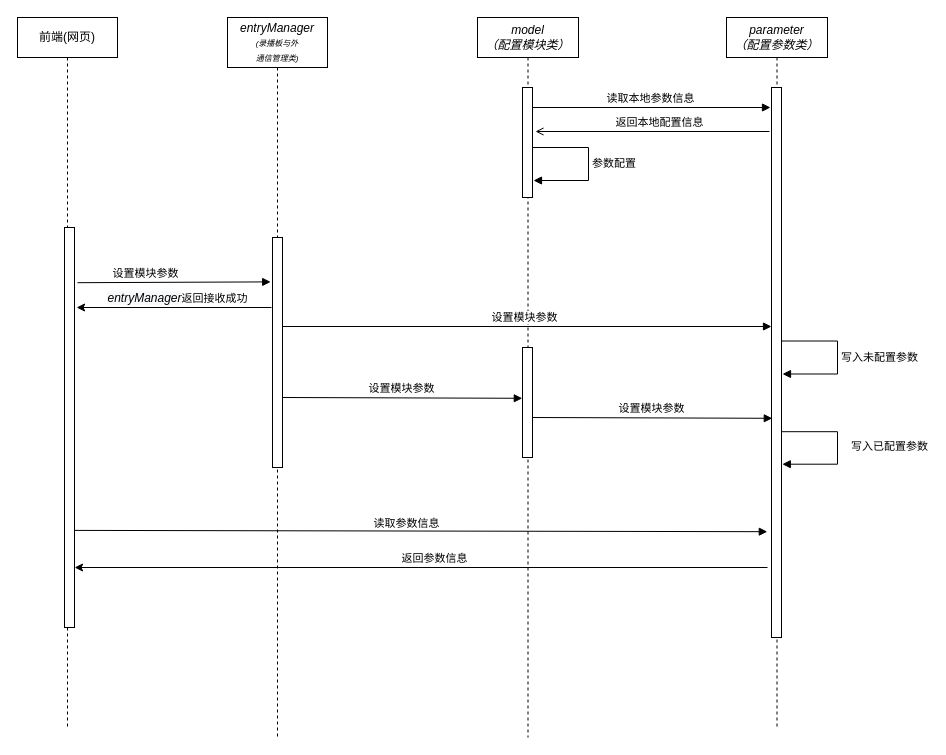
The draw.io diagram 录播get模块.drawio in huangPeiLc/drawio, before the edit. Source tidied: cells renumbered, new cells numbered last; positions are measured from the earlier drawing's top-left corner, leaving out a move shared by most shapes. Both pictures are drawn from the tidied source at 100%, with x=0, y=0 at pixel (17, 17).
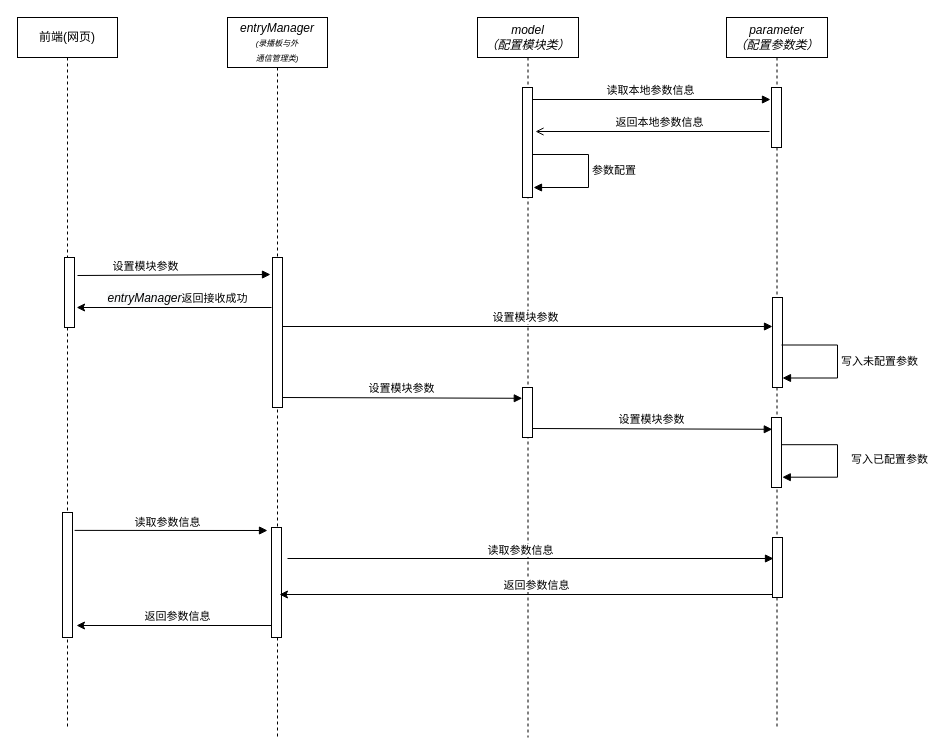
Above is the later version.

Unchanged cells that the change refers to:
```xml
<mxCell id="2" value="前端(网页)" style="shape=umlLifeline;perimeter=lifelinePerimeter;whiteSpace=wrap;html=1;" parent="1" vertex="1">
  <mxGeometry width="100" height="710" as="geometry" />
</mxCell>
<mxCell id="4" value="&lt;i style=&quot;white-space: nowrap&quot;&gt;entryManager&lt;br&gt;&lt;font style=&quot;font-size: 8px&quot;&gt;(录播板与外&lt;br&gt;通信管理类)&lt;/font&gt;&lt;/i&gt;" style="shape=umlLifeline;perimeter=lifelinePerimeter;whiteSpace=wrap;html=1;size=50;" parent="1" vertex="1">
  <mxGeometry x="210" width="100" height="720" as="geometry" />
</mxCell>
<mxCell id="6" value="&lt;i style=&quot;white-space: nowrap&quot;&gt;model&lt;br&gt;（配置模块类）&lt;br&gt;&lt;/i&gt;" style="shape=umlLifeline;perimeter=lifelinePerimeter;whiteSpace=wrap;html=1;" parent="1" vertex="1">
  <mxGeometry x="460" width="101" height="720" as="geometry" />
</mxCell>
<mxCell id="14" value="&lt;i&gt;&lt;span style=&quot;white-space: nowrap&quot;&gt;parameter&lt;br&gt;（配置参数类）&lt;/span&gt;&lt;br&gt;&lt;/i&gt;" style="shape=umlLifeline;perimeter=lifelinePerimeter;whiteSpace=wrap;html=1;" parent="1" vertex="1">
  <mxGeometry x="709" width="101" height="710" as="geometry" />
</mxCell>
```

Diff of the diagram source:
```diff
@@
     <mxCell id="3" style="html=1;points=[];perimeter=orthogonalPerimeter;" parent="2" vertex="1">
-      <mxGeometry x="47" y="210" width="10" height="400" as="geometry" />
+      <mxGeometry x="47" y="240" width="10" height="70" as="geometry" />
     </mxCell>
+    <mxCell id="23" style="html=1;perimeter=orthogonalPerimeter;" parent="2" vertex="1">
+      <mxGeometry x="45" y="495" width="10" height="125" as="geometry" />
+    </mxCell>
@@
     <mxCell id="5" style="html=1;points=[];perimeter=orthogonalPerimeter;" parent="4" vertex="1">
-      <mxGeometry x="45" y="220" width="10" height="230" as="geometry" />
+      <mxGeometry x="45" y="240" width="10" height="150" as="geometry" />
     </mxCell>
+    <mxCell id="24" style="html=1;perimeter=orthogonalPerimeter;" parent="4" vertex="1">
+      <mxGeometry x="44" y="510" width="10" height="110" as="geometry" />
+    </mxCell>
@@
     <mxCell id="8" style="html=1;perimeter=orthogonalPerimeter;" parent="6" vertex="1">
-      <mxGeometry x="45" y="330" width="10" height="110" as="geometry" />
+      <mxGeometry x="45" y="370" width="10" height="50" as="geometry" />
     </mxCell>
-    <mxCell id="9" value="设置模块参数" style="html=1;verticalAlign=bottom;endArrow=block;exitX=1.3;exitY=0.138;exitDx=0;exitDy=0;exitPerimeter=0;entryX=-0.183;entryY=0.193;entryDx=0;entryDy=0;entryPerimeter=0;" parent="1" edge="1" source="3" target="5">
-      <mxGeometry x="-0.3" relative="1" as="geometry" />
+    <mxCell id="9" value="设置模块参数" style="html=1;verticalAlign=bottom;endArrow=block;exitX=1.3;exitY=0.138;exitDx=0;exitDy=0;exitPerimeter=0;entryX=-0.183;entryY=0.193;entryDx=0;entryDy=0;entryPerimeter=0;" parent="1" edge="1">
+      <mxGeometry x="-0.3" relative="1" as="geometry">
+        <mxPoint x="60" y="258" as="sourcePoint" />
+        <mxPoint x="253" y="257" as="targetPoint" />
+      </mxGeometry>
     </mxCell>
@@
-    <mxCell id="11" value="设置模块参数" style="html=1;verticalAlign=bottom;endArrow=block;exitX=1.5;exitY=0.75;exitDx=0;exitDy=0;exitPerimeter=0;" parent="1" edge="1" target="15">
+    <mxCell id="11" value="设置模块参数" style="html=1;verticalAlign=bottom;endArrow=block;exitX=1.5;exitY=0.75;exitDx=0;exitDy=0;exitPerimeter=0;" parent="1" edge="1" target="27">
       <mxGeometry x="-0.01" relative="1" as="geometry">
         <mxPoint x="265" y="309" as="sourcePoint" />
       </mxGeometry>
     </mxCell>
-    <mxCell id="12" value="读取参数信息" style="html=1;verticalAlign=bottom;endArrow=block;exitX=1.3;exitY=0.138;exitDx=0;exitDy=0;exitPerimeter=0;entryX=-0.4;entryY=0.802;entryDx=0;entryDy=0;entryPerimeter=0;" parent="1" edge="1">
+    <mxCell id="12" value="读取参数信息" style="html=1;verticalAlign=bottom;endArrow=block;exitX=1.3;exitY=0.138;exitDx=0;exitDy=0;exitPerimeter=0;" parent="1" edge="1">
       <mxGeometry x="-0.04" y="-1" relative="1" as="geometry">
         <mxPoint x="57.1" y="512.9" as="sourcePoint" />
-        <mxPoint x="749.8" y="514.2" as="targetPoint" />
+        <mxPoint x="250" y="513" as="targetPoint" />
       </mxGeometry>
     </mxCell>
-    <mxCell id="13" value="返回参数信息" style="html=1;verticalAlign=bottom;endArrow=none;exitX=1.3;exitY=0.138;exitDx=0;exitDy=0;exitPerimeter=0;startArrow=classic;startFill=1;endFill=0;" parent="1" edge="1">
+    <mxCell id="13" value="返回参数信息" style="html=1;verticalAlign=bottom;endArrow=none;startArrow=classic;startFill=1;endFill=0;" parent="1" edge="1">
       <mxGeometry x="0.04" relative="1" as="geometry">
-        <mxPoint x="57.1" y="550" as="sourcePoint" />
-        <mxPoint x="750" y="550" as="targetPoint" />
+        <mxPoint x="262" y="577" as="sourcePoint" />
+        <mxPoint x="757" y="577" as="targetPoint" />
       </mxGeometry>
     </mxCell>
@@
     <mxCell id="15" style="html=1;points=[];perimeter=orthogonalPerimeter;" parent="14" vertex="1">
-      <mxGeometry x="45" y="70" width="10" height="550" as="geometry" />
+      <mxGeometry x="45" y="70" width="10" height="60" as="geometry" />
     </mxCell>
+    <mxCell id="25" style="html=1;points=[];perimeter=orthogonalPerimeter;" parent="14" vertex="1">
+      <mxGeometry x="46" y="520" width="10" height="60" as="geometry" />
+    </mxCell>
+    <mxCell id="26" style="html=1;perimeter=orthogonalPerimeter;" parent="14" vertex="1">
+      <mxGeometry x="45" y="400" width="10" height="70" as="geometry" />
+    </mxCell>
+    <mxCell id="27" style="html=1;points=[];perimeter=orthogonalPerimeter;" parent="14" vertex="1">
+      <mxGeometry x="46" y="280" width="10" height="90" as="geometry" />
+    </mxCell>
     <mxCell id="16" value="读取本地参数信息" style="html=1;verticalAlign=bottom;endArrow=block;exitX=1.5;exitY=0.75;exitDx=0;exitDy=0;exitPerimeter=0;" parent="1" edge="1">
       <mxGeometry x="-0.01" relative="1" as="geometry">
-        <mxPoint x="515" y="90" as="sourcePoint" />
-        <mxPoint x="753" y="90" as="targetPoint" />
+        <mxPoint x="515" y="82" as="sourcePoint" />
+        <mxPoint x="753" y="82" as="targetPoint" />
       </mxGeometry>
     </mxCell>
-    <mxCell id="17" value="返回本地配置信息" style="html=1;verticalAlign=bottom;endArrow=none;exitX=1.5;exitY=0.75;exitDx=0;exitDy=0;exitPerimeter=0;startArrow=open;startFill=0;endFill=0;" parent="1" edge="1">
+    <mxCell id="17" value="返回本地参数信息" style="html=1;verticalAlign=bottom;endArrow=none;exitX=1.5;exitY=0.75;exitDx=0;exitDy=0;exitPerimeter=0;startArrow=open;startFill=0;endFill=0;" parent="1" edge="1">
       <mxGeometry x="0.06" relative="1" as="geometry">
         <mxPoint x="518" y="114" as="sourcePoint" />
         <mxPoint x="752" y="114" as="targetPoint" />
       </mxGeometry>
     </mxCell>
     <mxCell id="18" value="参数配置" style="edgeStyle=orthogonalEdgeStyle;html=1;align=left;spacingLeft=2;endArrow=block;rounded=0;entryX=1;entryY=0.775;entryDx=0;entryDy=0;entryPerimeter=0;" parent="1" edge="1">
       <mxGeometry relative="1" as="geometry">
-        <mxPoint x="515" y="130" as="sourcePoint" />
-        <mxPoint x="516" y="163" as="targetPoint" />
+        <mxPoint x="515" y="137" as="sourcePoint" />
+        <mxPoint x="516" y="170" as="targetPoint" />
         <Array as="points">
-          <mxPoint x="571" y="130" />
-          <mxPoint x="571" y="163" />
+          <mxPoint x="571" y="137" />
+          <mxPoint x="571" y="170" />
         </Array>
       </mxGeometry>
     </mxCell>
     <mxCell id="19" value="写入未配置参数" style="edgeStyle=orthogonalEdgeStyle;html=1;align=left;spacingLeft=2;endArrow=block;rounded=0;entryX=1;entryY=0.775;entryDx=0;entryDy=0;entryPerimeter=0;" parent="1" edge="1">
       <mxGeometry relative="1" as="geometry">
-        <mxPoint x="764" y="323.5" as="sourcePoint" />
-        <mxPoint x="765" y="356.5" as="targetPoint" />
+        <mxPoint x="764" y="327.5" as="sourcePoint" />
+        <mxPoint x="765" y="360.5" as="targetPoint" />
         <Array as="points">
-          <mxPoint x="820" y="323.5" />
-          <mxPoint x="820" y="356.5" />
+          <mxPoint x="820" y="327.5" />
+          <mxPoint x="820" y="360.5" />
         </Array>
       </mxGeometry>
     </mxCell>
@@
     <mxCell id="21" value="设置模块参数" style="html=1;verticalAlign=bottom;endArrow=block;exitX=1.5;exitY=0.75;exitDx=0;exitDy=0;exitPerimeter=0;entryX=-0.019;entryY=0.093;entryDx=0;entryDy=0;entryPerimeter=0;" parent="1" edge="1">
       <mxGeometry x="-0.01" relative="1" as="geometry">
-        <mxPoint x="515" y="400" as="sourcePoint" />
-        <mxPoint x="754.8" y="400.8" as="targetPoint" />
+        <mxPoint x="515" y="411" as="sourcePoint" />
+        <mxPoint x="754.8" y="411.8" as="targetPoint" />
       </mxGeometry>
     </mxCell>
     <mxCell id="22" value="写入已配置参数" style="edgeStyle=orthogonalEdgeStyle;html=1;align=left;spacingLeft=2;endArrow=block;rounded=0;entryX=1;entryY=0.775;entryDx=0;entryDy=0;entryPerimeter=0;" parent="1" edge="1">
       <mxGeometry x="-0.22" y="-19" relative="1" as="geometry">
-        <mxPoint x="764" y="414.2" as="sourcePoint" />
-        <mxPoint x="764.8" y="446.7" as="targetPoint" />
+        <mxPoint x="764" y="427.2" as="sourcePoint" />
+        <mxPoint x="764.8" y="459.7" as="targetPoint" />
         <Array as="points">
-          <mxPoint x="820" y="414" />
-          <mxPoint x="820" y="447" />
+          <mxPoint x="820" y="427" />
+          <mxPoint x="820" y="460" />
         </Array>
         <mxPoint x="29" y="15" as="offset" />
       </mxGeometry>
     </mxCell>
+    <mxCell id="28" value="读取参数信息" style="html=1;verticalAlign=bottom;endArrow=block;entryX=0.1;entryY=0.35;entryDx=0;entryDy=0;entryPerimeter=0;" parent="1" edge="1" target="25">
+      <mxGeometry x="-0.04" y="-1" relative="1" as="geometry">
+        <mxPoint x="270" y="541" as="sourcePoint" />
+      </mxGeometry>
+    </mxCell>
+    <mxCell id="29" value="返回参数信息" style="html=1;verticalAlign=bottom;endArrow=none;startArrow=classic;startFill=1;endFill=0;entryX=-0.1;entryY=0.995;entryDx=0;entryDy=0;entryPerimeter=0;" parent="1" edge="1">
+      <mxGeometry x="0.04" relative="1" as="geometry">
+        <mxPoint x="59" y="608" as="sourcePoint" />
+        <mxPoint x="254" y="608" as="targetPoint" />
+      </mxGeometry>
+    </mxCell>
```
